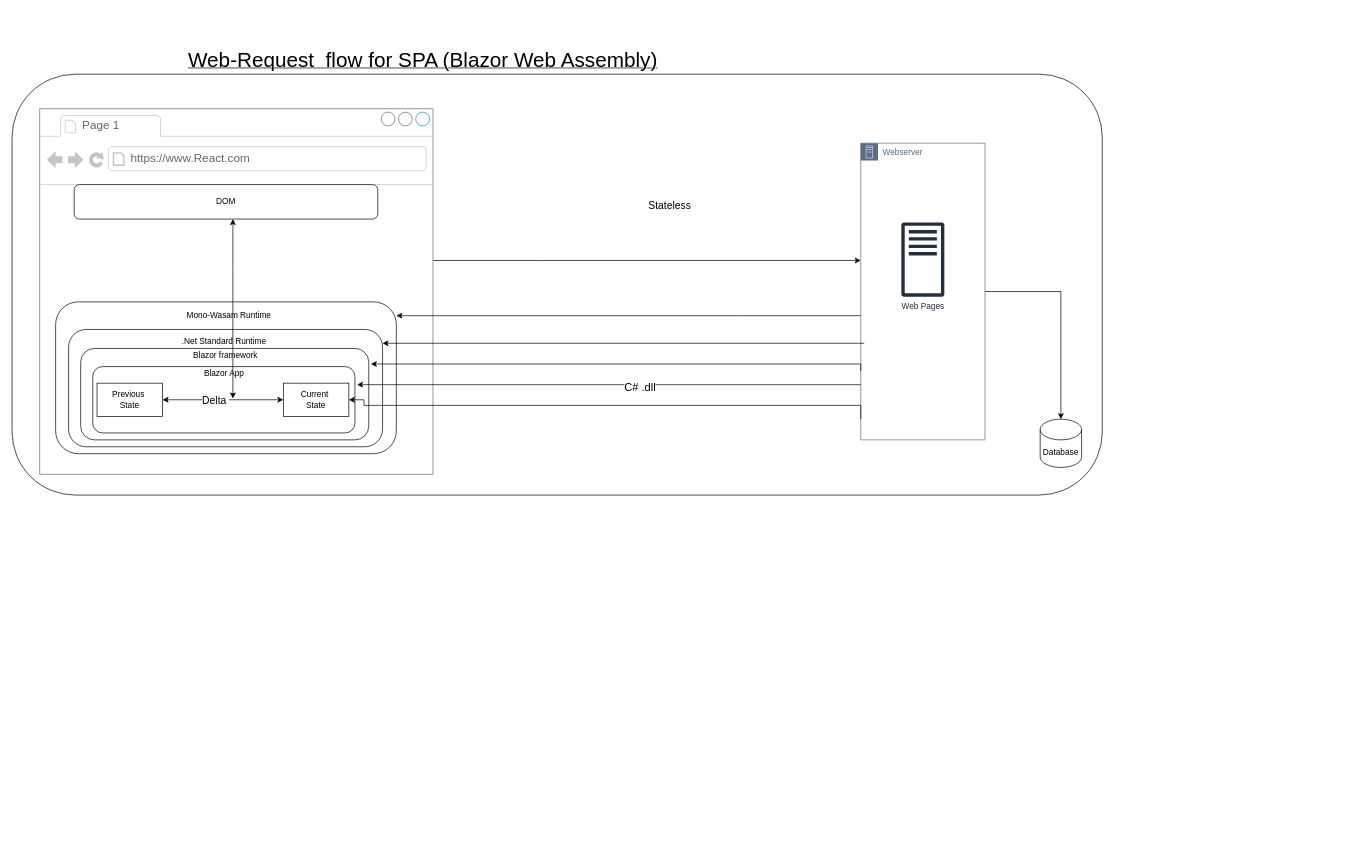
Earlier version of the draw.io diagram page "Blazor -WASM" (3 of 4) of Untitled Diagram.drawio (KollaRajesh/AzTech-Blazor). Source tidied: cells renumbered, new cells numbered last; positions are measured from the earlier drawing's top-left corner, leaving out a move shared by most shapes. Both pictures are drawn from the tidied source at 69%, with x=0, y=0 at pixel (12, 55).
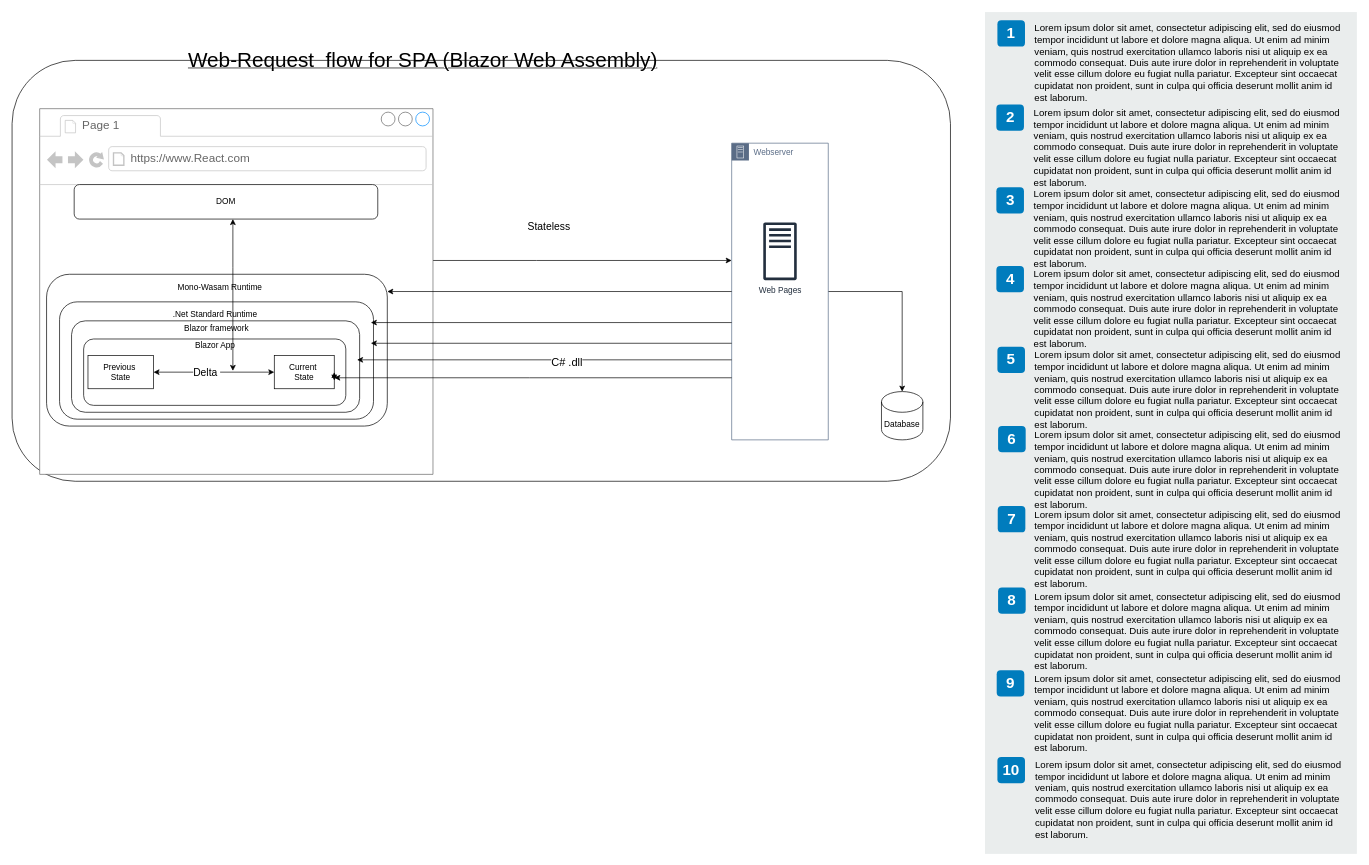
The same page after the edit.

Unchanged cells that the change refers to:
```xml
<mxCell id="13" style="strokeWidth=1;shadow=0;dashed=0;align=center;html=1;shape=mxgraph.mockup.containers.browserWindow;rSize=0;strokeColor=#666666;strokeColor2=#008cff;strokeColor3=#c4c4c4;mainText=,;" parent="1" vertex="1">
  <mxGeometry x="40" y="78" width="570" height="530" as="geometry" />
</mxCell>
<mxCell id="16" value="DOM" style="rounded=1;whiteSpace=wrap;html=1;" parent="13" vertex="1">
  <mxGeometry x="50" y="110" width="440" height="50" as="geometry" />
</mxCell>
```

The edit, as a diff of the source:
```diff
@@
     <mxCell id="2" style="rounded=1;whiteSpace=wrap;html=1;" parent="1" vertex="1">
-      <mxGeometry y="28" width="1580" height="610" as="geometry" />
+      <mxGeometry y="8" width="1360" height="610" as="geometry" />
     </mxCell>
@@
     <mxCell id="7" style="group;" parent="1" vertex="1">
-      <mxGeometry x="1342" y="58" width="180" height="500" as="geometry" />
+      <mxGeometry x="1130" y="58" width="140" height="500" as="geometry" />
     </mxCell>
     <mxCell id="8" style="group;" parent="7" vertex="1">
-      <mxGeometry x="-112" y="70" width="180" height="430" as="geometry" />
+      <mxGeometry x="-87.1" y="70" width="140" height="430" as="geometry" />
     </mxCell>
     <mxCell id="9" value="Webserver&amp;nbsp;" style="points=[[0,0],[0.25,0],[0.5,0],[0.75,0],[1,0],[1,0.25],[1,0.5],[1,0.75],[1,1],[0.75,1],[0.5,1],[0.25,1],[0,1],[0,0.75],[0,0.5],[0,0.25]];outlineConnect=0;gradientColor=none;html=1;whiteSpace=wrap;fontSize=12;fontStyle=0;shape=mxgraph.aws4.group;grIcon=mxgraph.aws4.group_on_premise;strokeColor=#5A6C86;fillColor=none;verticalAlign=top;align=left;spacingLeft=30;fontColor=#5A6C86;dashed=0;" parent="8" vertex="1">
-      <mxGeometry width="180" height="430" as="geometry" />
+      <mxGeometry width="140" height="430" as="geometry" />
     </mxCell>
     <mxCell id="10" value="Web Pages" style="fontColor=#232F3E;gradientColor=none;fillColor=#232F3E;strokeColor=none;dashed=0;verticalLabelPosition=bottom;verticalAlign=top;align=center;html=1;fontSize=12;fontStyle=0;shape=mxgraph.aws4.traditional_server;" parent="8" vertex="1">
-      <mxGeometry x="58.8" y="114.7" width="62.3" height="108" as="geometry" />
+      <mxGeometry x="45.8" y="114.7" width="48.5" height="84" as="geometry" />
     </mxCell>
     <mxCell id="11" value="&lt;font style=&quot;font-size: 15px&quot;&gt;Stateless&amp;nbsp;&lt;/font&gt;" style="text;html=1;align=center;verticalAlign=middle;fillColor=none;strokeColor=none;rounded=0;" parent="1" vertex="1">
-      <mxGeometry x="915" y="208" width="80" height="20" as="geometry" />
+      <mxGeometry x="740" y="238" width="80" height="20" as="geometry" />
     </mxCell>
     <mxCell id="12" value="Database" style="shape=cylinder3;whiteSpace=wrap;html=1;boundedLbl=1;backgroundOutline=1;size=15;" parent="1" vertex="1">
-      <mxGeometry x="1490" y="528" width="60" height="70" as="geometry" />
+      <mxGeometry x="1260" y="488" width="60" height="70" as="geometry" />
     </mxCell>
@@
     <mxCell id="17" style="rounded=1;whiteSpace=wrap;html=1;" parent="13" vertex="1">
-      <mxGeometry x="23.1" y="280" width="493.8" height="220" as="geometry" />
+      <mxGeometry x="10" y="240" width="493.8" height="220" as="geometry" />
     </mxCell>
     <mxCell id="18" style="rounded=1;whiteSpace=wrap;html=1;" parent="13" vertex="1">
-      <mxGeometry x="41.9" y="320" width="455" height="170" as="geometry" />
+      <mxGeometry x="28.8" y="280" width="455" height="170" as="geometry" />
     </mxCell>
     <mxCell id="19" value="Mono-Wasam Runtime" style="text;html=1;align=center;verticalAlign=middle;fillColor=none;strokeColor=none;rounded=0;" parent="13" vertex="1">
-      <mxGeometry x="204.4" y="290" width="140" height="20" as="geometry" />
+      <mxGeometry x="191.2" y="250" width="140" height="20" as="geometry" />
     </mxCell>
     <mxCell id="20" value=".Net Standard Runtime" style="text;html=1;align=center;verticalAlign=middle;fillColor=none;strokeColor=none;rounded=0;" parent="13" vertex="1">
-      <mxGeometry x="196.9" y="327.5" width="140" height="20" as="geometry" />
+      <mxGeometry x="183.8" y="287.5" width="140" height="20" as="geometry" />
     </mxCell>
     <mxCell id="21" style="rounded=1;whiteSpace=wrap;html=1;" parent="13" vertex="1">
-      <mxGeometry x="59.4" y="347.5" width="417.5" height="132.5" as="geometry" />
+      <mxGeometry x="46.2" y="307.5" width="417.5" height="132.5" as="geometry" />
     </mxCell>
     <mxCell id="22" style="rounded=1;whiteSpace=wrap;html=1;" parent="13" vertex="1">
-      <mxGeometry x="76.9" y="373.8" width="380" height="96.2" as="geometry" />
+      <mxGeometry x="63.7" y="333.8" width="380" height="96.2" as="geometry" />
     </mxCell>
     <mxCell id="23" value="Blazor framework" style="text;html=1;align=center;verticalAlign=middle;fillColor=none;strokeColor=none;rounded=0;" parent="13" vertex="1">
-      <mxGeometry x="214.4" y="347.5" width="110" height="20" as="geometry" />
+      <mxGeometry x="201.2" y="307.5" width="110" height="20" as="geometry" />
     </mxCell>
     <mxCell id="24" value="Blazor App" style="text;html=1;align=center;verticalAlign=middle;fillColor=none;strokeColor=none;rounded=0;" parent="13" vertex="1">
-      <mxGeometry x="231.9" y="373.8" width="70" height="20" as="geometry" />
+      <mxGeometry x="218.8" y="333.8" width="70" height="20" as="geometry" />
     </mxCell>
     <mxCell id="25" value="Current&amp;nbsp;&lt;br&gt;State" style="rounded=0;whiteSpace=wrap;html=1;" parent="13" vertex="1">
-      <mxGeometry x="353.1" y="397.8" width="95" height="48.1" as="geometry" />
+      <mxGeometry x="340" y="357.8" width="86.9" height="48.1" as="geometry" />
     </mxCell>
@@
     <mxCell id="28" value="Previous&amp;nbsp;&lt;br&gt;State" style="rounded=0;whiteSpace=wrap;html=1;" parent="13" vertex="1">
-      <mxGeometry x="83.1" y="397.8" width="95" height="48.1" as="geometry" />
+      <mxGeometry x="70" y="357.8" width="95" height="48.1" as="geometry" />
     </mxCell>
     <mxCell id="29" style="edgeStyle=elbowEdgeStyle;rounded=0;jettySize=auto;html=1;startArrow=classic;startFill=1;" parent="13" edge="1" source="16">
       <mxGeometry relative="1" as="geometry">
-        <mxPoint x="280" y="420" as="targetPoint" />
+        <mxPoint x="280" y="380" as="targetPoint" />
         <Array as="points">
           <mxPoint x="280" y="230" />
           <mxPoint x="315" y="250" />
           <mxPoint x="306" y="440" />
         </Array>
       </mxGeometry>
     </mxCell>
+    <mxCell id="36" style="edgeStyle=elbowEdgeStyle;rounded=0;orthogonalLoop=1;jettySize=auto;html=1;exitX=1;exitY=0.5;exitDx=0;exitDy=0;entryX=1;entryY=0.75;entryDx=0;entryDy=0;startArrow=classic;startFill=1;" parent="13" edge="1" source="25" target="25">
+      <mxGeometry relative="1" as="geometry" />
+    </mxCell>
@@
-    <mxCell id="31" style="edgeStyle=orthogonalEdgeStyle;rounded=0;orthogonalLoop=1;jettySize=auto;html=1;" parent="1" edge="1">
+    <mxCell id="31" style="edgeStyle=orthogonalEdgeStyle;rounded=0;jettySize=auto;html=1;" parent="1" edge="1" source="9">
       <mxGeometry relative="1" as="geometry">
-        <mxPoint x="1235" y="418" as="sourcePoint" />
-        <mxPoint x="536.9" y="418" as="targetPoint" />
+        <mxPoint x="520" y="388" as="targetPoint" />
         <Array as="points">
-          <mxPoint x="710" y="418" />
-          <mxPoint x="710" y="418" />
+          <mxPoint x="910" y="388" />
+          <mxPoint x="910" y="388" />
         </Array>
       </mxGeometry>
     </mxCell>
-    <mxCell id="32" style="edgeStyle=orthogonalEdgeStyle;rounded=0;orthogonalLoop=1;jettySize=auto;html=1;" parent="1" edge="1">
+    <mxCell id="32" style="edgeStyle=orthogonalEdgeStyle;rounded=0;jettySize=auto;html=1;" parent="1" edge="1" source="9">
       <mxGeometry relative="1" as="geometry">
-        <mxPoint x="1230" y="458" as="sourcePoint" />
-        <mxPoint x="520" y="448" as="targetPoint" />
+        <mxPoint x="520" y="418" as="targetPoint" />
         <Array as="points">
-          <mxPoint x="1230" y="448" />
-          <mxPoint x="520" y="448" />
+          <mxPoint x="520" y="418" />
         </Array>
       </mxGeometry>
     </mxCell>
-    <mxCell id="33" style="edgeStyle=orthogonalEdgeStyle;rounded=0;jettySize=auto;html=1;" parent="1" edge="1" source="9">
+    <mxCell id="33" style="edgeStyle=orthogonalEdgeStyle;rounded=0;orthogonalLoop=1;jettySize=auto;html=1;" parent="1" edge="1">
       <mxGeometry relative="1" as="geometry">
-        <mxPoint x="500" y="478" as="targetPoint" />
+        <mxPoint x="1042.9" y="442" as="sourcePoint" />
+        <mxPoint x="500" y="442" as="targetPoint" />
         <Array as="points">
-          <mxPoint x="500" y="478" />
+          <mxPoint x="500" y="442" />
         </Array>
       </mxGeometry>
     </mxCell>
@@
-    <mxCell id="35" style="edgeStyle=orthogonalEdgeStyle;rounded=0;jettySize=auto;html=1;entryX=1;entryY=0.5;entryDx=0;entryDy=0;" parent="1" edge="1" target="25">
+    <mxCell id="35" style="edgeStyle=orthogonalEdgeStyle;rounded=0;jettySize=auto;html=1;" parent="1" edge="1" source="9">
       <mxGeometry relative="1" as="geometry">
-        <mxPoint x="1230" y="528" as="sourcePoint" />
+        <mxPoint x="467" y="468" as="targetPoint" />
         <Array as="points">
-          <mxPoint x="1230" y="508" />
-          <mxPoint x="510" y="508" />
-          <mxPoint x="510" y="500" />
+          <mxPoint x="750" y="468" />
+          <mxPoint x="750" y="468" />
         </Array>
       </mxGeometry>
     </mxCell>
+    <mxCell id="37" style="rounded=0;whiteSpace=wrap;html=1;fillColor=#EAEDED;fontSize=22;fontColor=#FFFFFF;strokeColor=none;labelBackgroundColor=none;" parent="1" vertex="1">
+      <mxGeometry x="1410" y="-62" width="539" height="1220" as="geometry" />
+    </mxCell>
+    <mxCell id="38" value="1" style="rounded=1;whiteSpace=wrap;html=1;fillColor=#007CBD;strokeColor=none;fontColor=#FFFFFF;fontStyle=1;fontSize=22;labelBackgroundColor=none;" parent="1" vertex="1">
+      <mxGeometry x="1428" y="-50" width="40" height="38" as="geometry" />
+    </mxCell>
+    <mxCell id="39" value="2" style="rounded=1;whiteSpace=wrap;html=1;fillColor=#007CBD;strokeColor=none;fontColor=#FFFFFF;fontStyle=1;fontSize=22;labelBackgroundColor=none;" parent="1" vertex="1">
+      <mxGeometry x="1426.5" y="72" width="40" height="38" as="geometry" />
+    </mxCell>
+    <mxCell id="40" value="3" style="rounded=1;whiteSpace=wrap;html=1;fillColor=#007CBD;strokeColor=none;fontColor=#FFFFFF;fontStyle=1;fontSize=22;labelBackgroundColor=none;" parent="1" vertex="1">
+      <mxGeometry x="1426.5" y="192" width="40" height="38" as="geometry" />
+    </mxCell>
+    <mxCell id="41" value="4" style="rounded=1;whiteSpace=wrap;html=1;fillColor=#007CBD;strokeColor=none;fontColor=#FFFFFF;fontStyle=1;fontSize=22;labelBackgroundColor=none;" parent="1" vertex="1">
+      <mxGeometry x="1426.5" y="306" width="40" height="38" as="geometry" />
+    </mxCell>
+    <mxCell id="42" value="5" style="rounded=1;whiteSpace=wrap;html=1;fillColor=#007CBD;strokeColor=none;fontColor=#FFFFFF;fontStyle=1;fontSize=22;labelBackgroundColor=none;" parent="1" vertex="1">
+      <mxGeometry x="1428" y="423" width="40" height="38" as="geometry" />
+    </mxCell>
+    <mxCell id="43" value="6" style="rounded=1;whiteSpace=wrap;html=1;fillColor=#007CBD;strokeColor=none;fontColor=#FFFFFF;fontStyle=1;fontSize=22;labelBackgroundColor=none;" parent="1" vertex="1">
+      <mxGeometry x="1429" y="538" width="40" height="38" as="geometry" />
+    </mxCell>
+    <mxCell id="44" value="7" style="rounded=1;whiteSpace=wrap;html=1;fillColor=#007CBD;strokeColor=none;fontColor=#FFFFFF;fontStyle=1;fontSize=22;labelBackgroundColor=none;" parent="1" vertex="1">
+      <mxGeometry x="1428.5" y="654" width="40" height="38" as="geometry" />
+    </mxCell>
+    <mxCell id="45" value="8" style="rounded=1;whiteSpace=wrap;html=1;fillColor=#007CBD;strokeColor=none;fontColor=#FFFFFF;fontStyle=1;fontSize=22;labelBackgroundColor=none;" parent="1" vertex="1">
+      <mxGeometry x="1429" y="772" width="40" height="38" as="geometry" />
+    </mxCell>
+    <mxCell id="46" value="9" style="rounded=1;whiteSpace=wrap;html=1;fillColor=#007CBD;strokeColor=none;fontColor=#FFFFFF;fontStyle=1;fontSize=22;labelBackgroundColor=none;" parent="1" vertex="1">
+      <mxGeometry x="1427" y="892" width="40" height="38" as="geometry" />
+    </mxCell>
+    <mxCell id="47" value="&lt;span&gt;Lorem ipsum dolor sit amet, consectetur adipiscing elit, sed do eiusmod tempor incididunt ut labore et dolore magna aliqua. Ut enim ad minim veniam, quis nostrud exercitation ullamco laboris nisi ut aliquip ex ea commodo consequat. Duis aute irure dolor in reprehenderit in voluptate velit esse cillum dolore eu fugiat nulla pariatur. Excepteur sint occaecat cupidatat non proident, sunt in culpa qui officia deserunt mollit anim id est laborum.&lt;/span&gt;&lt;br&gt;" style="text;html=1;align=left;verticalAlign=top;spacingTop=-4;fontSize=14;labelBackgroundColor=none;whiteSpace=wrap;" parent="1" vertex="1">
+      <mxGeometry x="1479.5" y="-50.5" width="449" height="118" as="geometry" />
+    </mxCell>
+    <mxCell id="48" value="&lt;span&gt;Lorem ipsum dolor sit amet, consectetur adipiscing elit, sed do eiusmod tempor incididunt ut labore et dolore magna aliqua. Ut enim ad minim veniam, quis nostrud exercitation ullamco laboris nisi ut aliquip ex ea commodo consequat. Duis aute irure dolor in reprehenderit in voluptate velit esse cillum dolore eu fugiat nulla pariatur. Excepteur sint occaecat cupidatat non proident, sunt in culpa qui officia deserunt mollit anim id est laborum.&lt;/span&gt;&lt;br&gt;" style="text;html=1;align=left;verticalAlign=top;spacingTop=-4;fontSize=14;labelBackgroundColor=none;whiteSpace=wrap;" parent="1" vertex="1">
+      <mxGeometry x="1478.5" y="72.5" width="450" height="115" as="geometry" />
+    </mxCell>
+    <mxCell id="49" value="&lt;span&gt;Lorem ipsum dolor sit amet, consectetur adipiscing elit, sed do eiusmod tempor incididunt ut labore et dolore magna aliqua. Ut enim ad minim veniam, quis nostrud exercitation ullamco laboris nisi ut aliquip ex ea commodo consequat. Duis aute irure dolor in reprehenderit in voluptate velit esse cillum dolore eu fugiat nulla pariatur. Excepteur sint occaecat cupidatat non proident, sunt in culpa qui officia deserunt mollit anim id est laborum.&lt;/span&gt;&lt;br&gt;" style="text;html=1;align=left;verticalAlign=top;spacingTop=-4;fontSize=14;labelBackgroundColor=none;whiteSpace=wrap;" parent="1" vertex="1">
+      <mxGeometry x="1478.5" y="190.5" width="450" height="117" as="geometry" />
+    </mxCell>
+    <mxCell id="50" value="&lt;span&gt;Lorem ipsum dolor sit amet, consectetur adipiscing elit, sed do eiusmod tempor incididunt ut labore et dolore magna aliqua. Ut enim ad minim veniam, quis nostrud exercitation ullamco laboris nisi ut aliquip ex ea commodo consequat. Duis aute irure dolor in reprehenderit in voluptate velit esse cillum dolore eu fugiat nulla pariatur. Excepteur sint occaecat cupidatat non proident, sunt in culpa qui officia deserunt mollit anim id est laborum.&lt;/span&gt;&lt;br&gt;" style="text;html=1;align=left;verticalAlign=top;spacingTop=-4;fontSize=14;labelBackgroundColor=none;whiteSpace=wrap;" parent="1" vertex="1">
+      <mxGeometry x="1478.5" y="306.5" width="450" height="121" as="geometry" />
+    </mxCell>
+    <mxCell id="51" value="&lt;span&gt;Lorem ipsum dolor sit amet, consectetur adipiscing elit, sed do eiusmod tempor incididunt ut labore et dolore magna aliqua. Ut enim ad minim veniam, quis nostrud exercitation ullamco laboris nisi ut aliquip ex ea commodo consequat. Duis aute irure dolor in reprehenderit in voluptate velit esse cillum dolore eu fugiat nulla pariatur. Excepteur sint occaecat cupidatat non proident, sunt in culpa qui officia deserunt mollit anim id est laborum.&lt;/span&gt;&lt;br&gt;" style="text;html=1;align=left;verticalAlign=top;spacingTop=-4;fontSize=14;labelBackgroundColor=none;whiteSpace=wrap;" parent="1" vertex="1">
+      <mxGeometry x="1479.5" y="423.5" width="449" height="114" as="geometry" />
+    </mxCell>
+    <mxCell id="52" value="&lt;span&gt;Lorem ipsum dolor sit amet, consectetur adipiscing elit, sed do eiusmod tempor incididunt ut labore et dolore magna aliqua. Ut enim ad minim veniam, quis nostrud exercitation ullamco laboris nisi ut aliquip ex ea commodo consequat. Duis aute irure dolor in reprehenderit in voluptate velit esse cillum dolore eu fugiat nulla pariatur. Excepteur sint occaecat cupidatat non proident, sunt in culpa qui officia deserunt mollit anim id est laborum.&lt;/span&gt;&lt;br&gt;" style="text;html=1;align=left;verticalAlign=top;spacingTop=-4;fontSize=14;labelBackgroundColor=none;whiteSpace=wrap;" parent="1" vertex="1">
+      <mxGeometry x="1479.5" y="539.5" width="450" height="118" as="geometry" />
+    </mxCell>
+    <mxCell id="53" value="&lt;span&gt;Lorem ipsum dolor sit amet, consectetur adipiscing elit, sed do eiusmod tempor incididunt ut labore et dolore magna aliqua. Ut enim ad minim veniam, quis nostrud exercitation ullamco laboris nisi ut aliquip ex ea commodo consequat. Duis aute irure dolor in reprehenderit in voluptate velit esse cillum dolore eu fugiat nulla pariatur. Excepteur sint occaecat cupidatat non proident, sunt in culpa qui officia deserunt mollit anim id est laborum.&lt;/span&gt;&lt;br&gt;" style="text;html=1;align=left;verticalAlign=top;spacingTop=-4;fontSize=14;labelBackgroundColor=none;whiteSpace=wrap;" parent="1" vertex="1">
+      <mxGeometry x="1479.5" y="654.5" width="449" height="113" as="geometry" />
+    </mxCell>
+    <mxCell id="54" value="&lt;span&gt;Lorem ipsum dolor sit amet, consectetur adipiscing elit, sed do eiusmod tempor incididunt ut labore et dolore magna aliqua. Ut enim ad minim veniam, quis nostrud exercitation ullamco laboris nisi ut aliquip ex ea commodo consequat. Duis aute irure dolor in reprehenderit in voluptate velit esse cillum dolore eu fugiat nulla pariatur. Excepteur sint occaecat cupidatat non proident, sunt in culpa qui officia deserunt mollit anim id est laborum.&lt;/span&gt;&lt;br&gt;" style="text;html=1;align=left;verticalAlign=top;spacingTop=-4;fontSize=14;labelBackgroundColor=none;whiteSpace=wrap;" parent="1" vertex="1">
+      <mxGeometry x="1479.5" y="773.5" width="449" height="124" as="geometry" />
+    </mxCell>
+    <mxCell id="55" value="&lt;span&gt;Lorem ipsum dolor sit amet, consectetur adipiscing elit, sed do eiusmod tempor incididunt ut labore et dolore magna aliqua. Ut enim ad minim veniam, quis nostrud exercitation ullamco laboris nisi ut aliquip ex ea commodo consequat. Duis aute irure dolor in reprehenderit in voluptate velit esse cillum dolore eu fugiat nulla pariatur. Excepteur sint occaecat cupidatat non proident, sunt in culpa qui officia deserunt mollit anim id est laborum.&lt;/span&gt;&lt;br&gt;" style="text;html=1;align=left;verticalAlign=top;spacingTop=-4;fontSize=14;labelBackgroundColor=none;whiteSpace=wrap;" parent="1" vertex="1">
+      <mxGeometry x="1479.5" y="892.5" width="449" height="115" as="geometry" />
+    </mxCell>
+    <mxCell id="56" value="10" style="rounded=1;whiteSpace=wrap;html=1;fillColor=#007CBD;strokeColor=none;fontColor=#FFFFFF;fontStyle=1;fontSize=22;labelBackgroundColor=none;" parent="1" vertex="1">
+      <mxGeometry x="1428" y="1017.5" width="40" height="38" as="geometry" />
+    </mxCell>
+    <mxCell id="57" value="&lt;span&gt;Lorem ipsum dolor sit amet, consectetur adipiscing elit, sed do eiusmod tempor incididunt ut labore et dolore magna aliqua. Ut enim ad minim veniam, quis nostrud exercitation ullamco laboris nisi ut aliquip ex ea commodo consequat. Duis aute irure dolor in reprehenderit in voluptate velit esse cillum dolore eu fugiat nulla pariatur. Excepteur sint occaecat cupidatat non proident, sunt in culpa qui officia deserunt mollit anim id est laborum.&lt;/span&gt;&lt;br&gt;" style="text;html=1;align=left;verticalAlign=top;spacingTop=-4;fontSize=14;labelBackgroundColor=none;whiteSpace=wrap;" parent="1" vertex="1">
+      <mxGeometry x="1480.5" y="1018" width="449" height="115" as="geometry" />
+    </mxCell>
```
